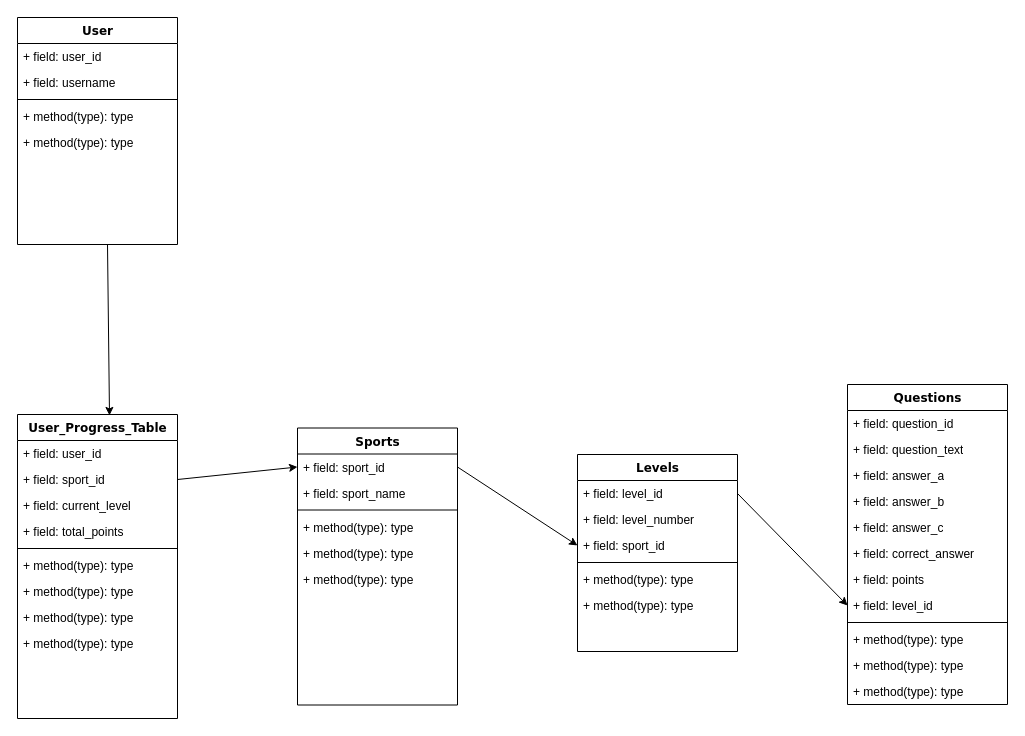
Earlier version of the draw.io diagram Untitled Diagram.drawio (komfysach/sportquiz). Source tidied: cells renumbered, new cells numbered last; positions are measured from the earlier drawing's top-left corner, leaving out a move shared by most shapes. Both pictures are drawn from the tidied source at 100%, with x=0, y=0 at pixel (17, 17).
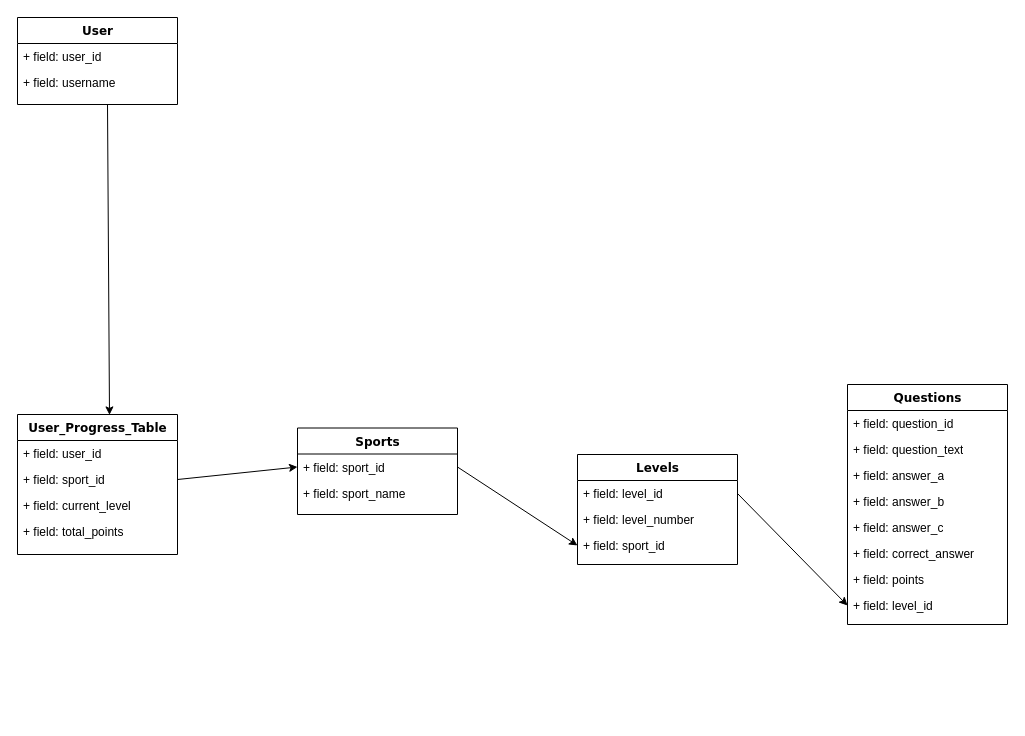
Above is the later version.

Change to the diagram source:
```diff
@@
     <mxCell id="2" value="User" style="swimlane;html=1;fontStyle=1;align=center;verticalAlign=top;horizontal=1;startSize=26;swimlaneFillColor=#ffffff;rounded=0;shadow=0;comic=0;labelBackgroundColor=none;strokeWidth=1;fillColor=none;fontFamily=Verdana;fontSize=12;" parent="1" vertex="1">
-      <mxGeometry width="160" height="227" as="geometry" />
+      <mxGeometry width="160" height="87" as="geometry" />
     </mxCell>
@@
-    <mxCell id="5" style="line;html=1;strokeWidth=1;fillColor=none;align=left;verticalAlign=middle;spacingTop=-1;spacingLeft=3;spacingRight=3;labelPosition=right;" parent="2" vertex="1">
-      <mxGeometry y="78" width="160" height="8" as="geometry" />
-    </mxCell>
-    <mxCell id="6" value="+ method(type): type" style="text;html=1;strokeColor=none;fillColor=none;align=left;verticalAlign=top;spacingLeft=4;spacingRight=4;whiteSpace=wrap;overflow=hidden;" parent="2" vertex="1">
-      <mxGeometry y="86" width="160" height="26" as="geometry" />
-    </mxCell>
-    <mxCell id="7" value="+ method(type): type" style="text;html=1;strokeColor=none;fillColor=none;align=left;verticalAlign=top;spacingLeft=4;spacingRight=4;whiteSpace=wrap;overflow=hidden;" parent="2" vertex="1">
-      <mxGeometry y="112" width="160" height="26" as="geometry" />
-    </mxCell>
     <mxCell id="8" value="Sports" style="swimlane;html=1;fontStyle=1;align=center;verticalAlign=top;horizontal=1;startSize=26;swimlaneFillColor=#ffffff;rounded=0;shadow=0;comic=0;labelBackgroundColor=none;strokeWidth=1;fillColor=none;fontFamily=Verdana;fontSize=12;" parent="1" vertex="1">
-      <mxGeometry x="280" y="410.5" width="160" height="277" as="geometry" />
+      <mxGeometry x="280" y="410.5" width="160" height="86.5" as="geometry" />
     </mxCell>
@@
-    <mxCell id="11" style="line;html=1;strokeWidth=1;fillColor=none;align=left;verticalAlign=middle;spacingTop=-1;spacingLeft=3;spacingRight=3;labelPosition=right;" parent="8" vertex="1">
-      <mxGeometry y="78" width="160" height="8" as="geometry" />
-    </mxCell>
-    <mxCell id="12" value="+ method(type): type" style="text;html=1;strokeColor=none;fillColor=none;align=left;verticalAlign=top;spacingLeft=4;spacingRight=4;whiteSpace=wrap;overflow=hidden;" parent="8" vertex="1">
-      <mxGeometry y="86" width="160" height="26" as="geometry" />
-    </mxCell>
-    <mxCell id="13" value="+ method(type): type" style="text;html=1;strokeColor=none;fillColor=none;align=left;verticalAlign=top;spacingLeft=4;spacingRight=4;whiteSpace=wrap;overflow=hidden;" parent="8" vertex="1">
-      <mxGeometry y="112" width="160" height="26" as="geometry" />
-    </mxCell>
-    <mxCell id="14" value="+ method(type): type" style="text;html=1;strokeColor=none;fillColor=none;align=left;verticalAlign=top;spacingLeft=4;spacingRight=4;whiteSpace=wrap;overflow=hidden;" parent="8" vertex="1">
-      <mxGeometry y="138" width="160" height="26" as="geometry" />
-    </mxCell>
     <mxCell id="15" value="Levels" style="swimlane;html=1;fontStyle=1;align=center;verticalAlign=top;horizontal=1;startSize=26;swimlaneFillColor=#ffffff;rounded=0;shadow=0;comic=0;labelBackgroundColor=none;strokeWidth=1;fillColor=none;fontFamily=Verdana;fontSize=12;" parent="1" vertex="1">
-      <mxGeometry x="560" y="437" width="160" height="197" as="geometry" />
+      <mxGeometry x="560" y="437" width="160" height="110" as="geometry" />
     </mxCell>
@@
-    <mxCell id="19" style="line;html=1;strokeWidth=1;fillColor=none;align=left;verticalAlign=middle;spacingTop=-1;spacingLeft=3;spacingRight=3;labelPosition=right;" parent="15" vertex="1">
-      <mxGeometry y="104" width="160" height="8" as="geometry" />
-    </mxCell>
-    <mxCell id="20" value="+ method(type): type" style="text;html=1;strokeColor=none;fillColor=none;align=left;verticalAlign=top;spacingLeft=4;spacingRight=4;whiteSpace=wrap;overflow=hidden;" parent="15" vertex="1">
-      <mxGeometry y="112" width="160" height="26" as="geometry" />
-    </mxCell>
-    <mxCell id="21" value="+ method(type): type" style="text;html=1;strokeColor=none;fillColor=none;align=left;verticalAlign=top;spacingLeft=4;spacingRight=4;whiteSpace=wrap;overflow=hidden;" parent="15" vertex="1">
-      <mxGeometry y="138" width="160" height="26" as="geometry" />
-    </mxCell>
     <mxCell id="22" value="Questions" style="swimlane;html=1;fontStyle=1;align=center;verticalAlign=top;horizontal=1;startSize=26;swimlaneFillColor=#ffffff;rounded=0;shadow=0;comic=0;labelBackgroundColor=none;strokeWidth=1;fillColor=none;fontFamily=Verdana;fontSize=12;" parent="1" vertex="1">
-      <mxGeometry x="830" y="367" width="160" height="320" as="geometry" />
+      <mxGeometry x="830" y="367" width="160" height="240" as="geometry" />
     </mxCell>
@@
-    <mxCell id="31" style="line;html=1;strokeWidth=1;fillColor=none;align=left;verticalAlign=middle;spacingTop=-1;spacingLeft=3;spacingRight=3;labelPosition=right;" parent="22" vertex="1">
-      <mxGeometry y="234" width="160" height="8" as="geometry" />
-    </mxCell>
-    <mxCell id="32" value="+ method(type): type" style="text;html=1;strokeColor=none;fillColor=none;align=left;verticalAlign=top;spacingLeft=4;spacingRight=4;whiteSpace=wrap;overflow=hidden;" parent="22" vertex="1">
-      <mxGeometry y="242" width="160" height="26" as="geometry" />
-    </mxCell>
-    <mxCell id="33" value="+ method(type): type" style="text;html=1;strokeColor=none;fillColor=none;align=left;verticalAlign=top;spacingLeft=4;spacingRight=4;whiteSpace=wrap;overflow=hidden;" parent="22" vertex="1">
-      <mxGeometry y="268" width="160" height="26" as="geometry" />
-    </mxCell>
-    <mxCell id="34" value="+ method(type): type" style="text;html=1;strokeColor=none;fillColor=none;align=left;verticalAlign=top;spacingLeft=4;spacingRight=4;whiteSpace=wrap;overflow=hidden;" parent="22" vertex="1">
-      <mxGeometry y="294" width="160" height="26" as="geometry" />
-    </mxCell>
     <mxCell id="35" value="User_Progress_Table" style="swimlane;html=1;fontStyle=1;align=center;verticalAlign=top;horizontal=1;startSize=26;swimlaneFillColor=#ffffff;rounded=0;shadow=0;comic=0;labelBackgroundColor=none;strokeWidth=1;fillColor=none;fontFamily=Verdana;fontSize=12;" parent="1" vertex="1">
-      <mxGeometry y="397" width="160" height="304" as="geometry" />
+      <mxGeometry y="397" width="160" height="140" as="geometry" />
     </mxCell>
@@
-    <mxCell id="40" style="line;html=1;strokeWidth=1;fillColor=none;align=left;verticalAlign=middle;spacingTop=-1;spacingLeft=3;spacingRight=3;labelPosition=right;" parent="35" vertex="1">
-      <mxGeometry y="130" width="160" height="8" as="geometry" />
-    </mxCell>
-    <mxCell id="41" value="+ method(type): type" style="text;html=1;strokeColor=none;fillColor=none;align=left;verticalAlign=top;spacingLeft=4;spacingRight=4;whiteSpace=wrap;overflow=hidden;" parent="35" vertex="1">
-      <mxGeometry y="138" width="160" height="26" as="geometry" />
-    </mxCell>
-    <mxCell id="42" value="+ method(type): type" style="text;html=1;strokeColor=none;fillColor=none;align=left;verticalAlign=top;spacingLeft=4;spacingRight=4;whiteSpace=wrap;overflow=hidden;" parent="35" vertex="1">
-      <mxGeometry y="164" width="160" height="26" as="geometry" />
-    </mxCell>
-    <mxCell id="43" value="+ method(type): type" style="text;html=1;strokeColor=none;fillColor=none;align=left;verticalAlign=top;spacingLeft=4;spacingRight=4;whiteSpace=wrap;overflow=hidden;" parent="35" vertex="1">
-      <mxGeometry y="190" width="160" height="26" as="geometry" />
-    </mxCell>
-    <mxCell id="44" value="+ method(type): type" style="text;html=1;strokeColor=none;fillColor=none;align=left;verticalAlign=top;spacingLeft=4;spacingRight=4;whiteSpace=wrap;overflow=hidden;" parent="35" vertex="1">
-      <mxGeometry y="216" width="160" height="26" as="geometry" />
-    </mxCell>
     <mxCell id="45" style="endArrow=classic;html=1;rounded=0;entryX=0.575;entryY=0.003;entryDx=0;entryDy=0;entryPerimeter=0;" parent="1" edge="1" target="35">
       <mxGeometry relative="1" as="geometry">
-        <mxPoint x="90" y="227" as="sourcePoint" />
+        <mxPoint x="90" y="87" as="sourcePoint" />
       </mxGeometry>
     </mxCell>
```
